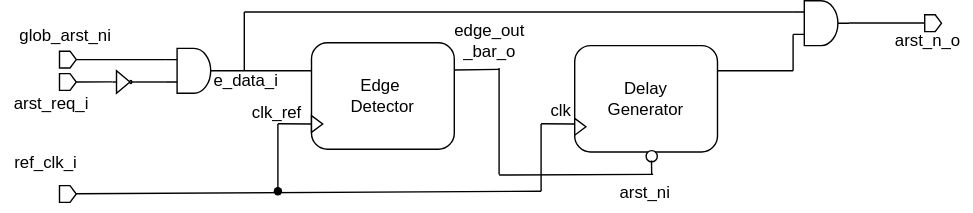
Above: docs/arst_n_o.svg in foez-ahmed-dsi/CRG_20240212 (draw.io), before the change. Source tidied: cells renumbered, new cells last; positions are measured from the earlier drawing's top-left corner, leaving out a move shared by most shapes.
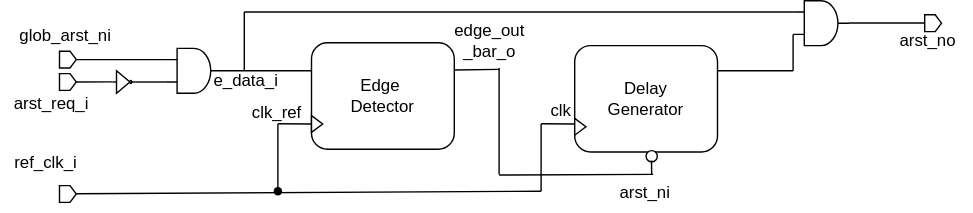
Above is the later version.

Diff of the diagram source:
```diff
@@ -160,7 +160,7 @@
     <mxCell id="38" style="shape=offPageConnector;whiteSpace=wrap;html=1;direction=north;" parent="1" vertex="1">
       <mxGeometry x="660" y="10" width="12" height="12" as="geometry" />
     </mxCell>
-    <mxCell id="39" value="arst_n_o" style="text;html=1;align=center;verticalAlign=middle;strokeColor=none;fillColor=none;" parent="1" vertex="1">
+    <mxCell id="39" value="arst_no" style="text;html=1;align=center;verticalAlign=middle;strokeColor=none;fillColor=none;" parent="1" vertex="1">
       <mxGeometry x="629" y="15" width="66" height="28" as="geometry" />
     </mxCell>
     <mxCell id="40" style="endArrow=none;html=1;rounded=0;" parent="1" edge="1">
```
